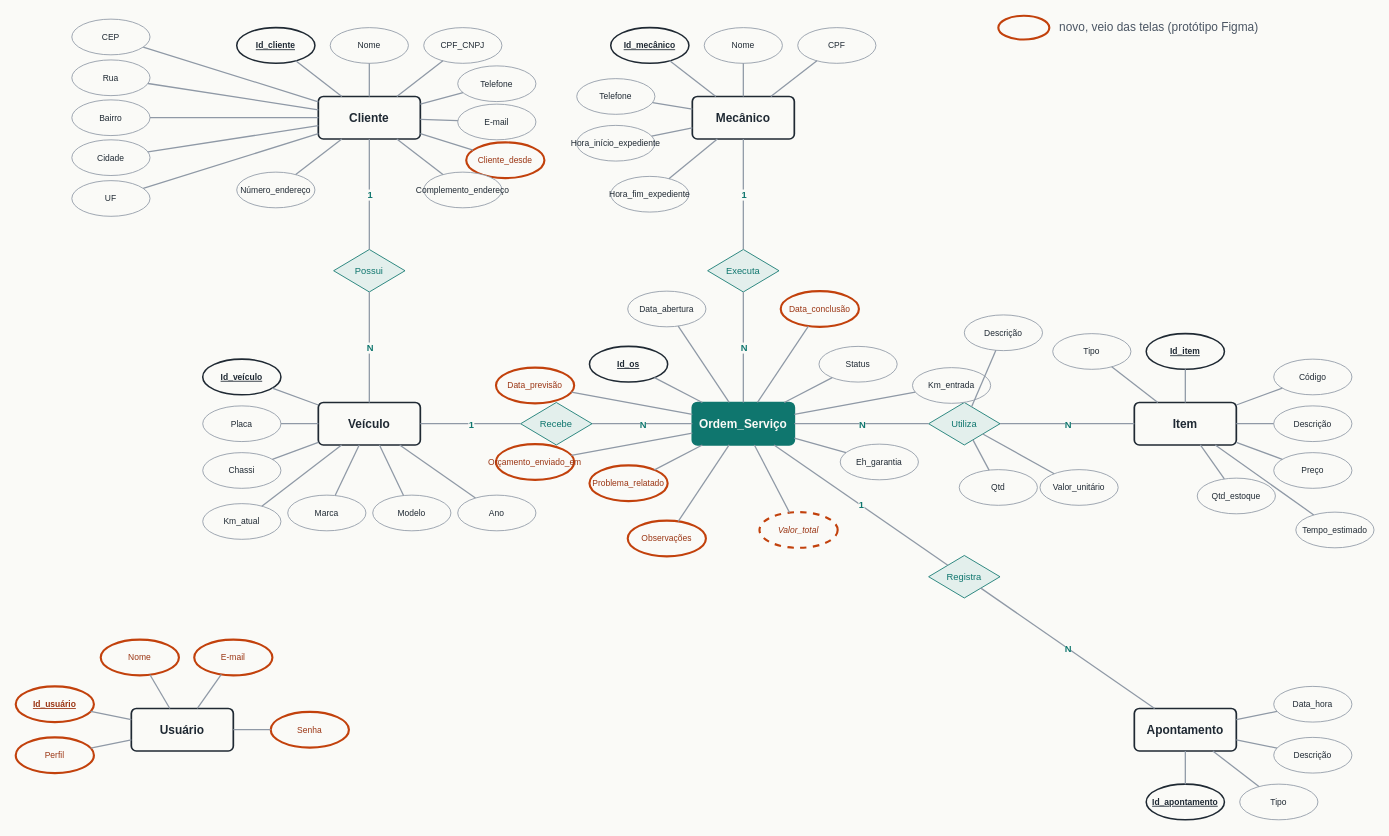
The draw.io diagram docs/modelo/modelo_conceitual_oficina.drawio in GabrielPedrosa0/oficina-mecanica-os, before the edit. Source tidied: cells renumbered, new cells numbered last; positions are measured from the earlier drawing's top-left corner, leaving out a move shared by most shapes. Both pictures are drawn from the tidied source at 85%, with x=0, y=0 at pixel (15, 14).
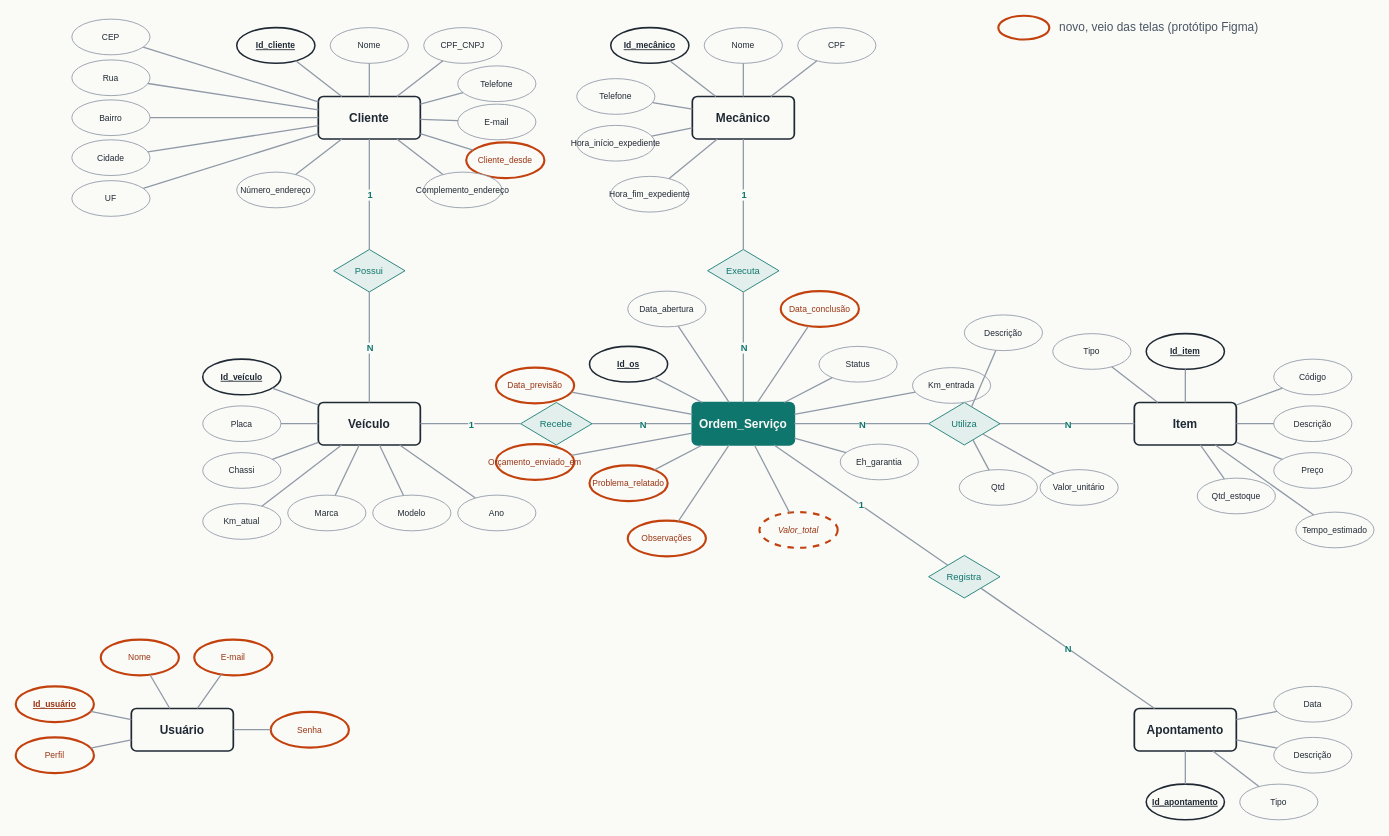
After the change.

Commit message (it also covers changes not shown here):
Apontamentos da OS: modelo v8 (data e 8 tipos), listar e registrar

What changed in the source:
```diff
@@
-    <mxCell id="140" value="Data_hora" style="ellipse;whiteSpace=wrap;html=1;fontSize=10;fontFamily=Public Sans;fontColor=#1F2933;fontStyle=0;fillColor=#FAFAF7;strokeColor=#8F99A6;" parent="1" vertex="1">
+    <mxCell id="140" value="Data" style="ellipse;whiteSpace=wrap;html=1;fontSize=10;fontFamily=Public Sans;fontColor=#1F2933;fontStyle=0;fillColor=#FAFAF7;strokeColor=#8F99A6;" parent="1" vertex="1">
       <mxGeometry x="1480" y="790" width="92" height="42" as="geometry" />
     </mxCell>
```
